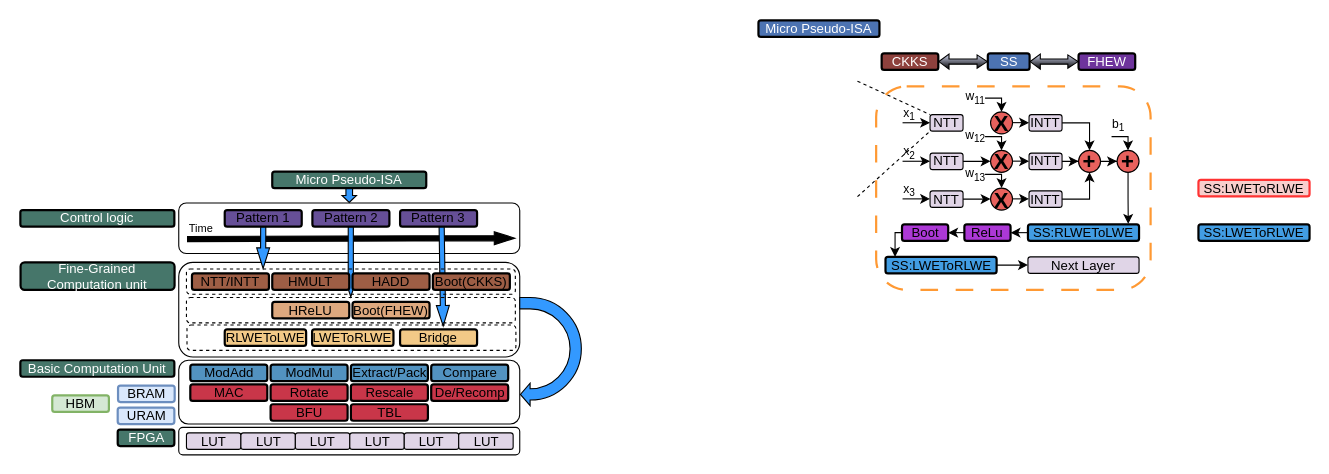
ZKY6662017/iodraw-files keeps this draw.io diagram as DAC overall architecture.drawio. Above is the earlier version. Source tidied: cells renumbered, new cells numbered last; positions are measured from the earlier drawing's top-left corner, leaving out a move shared by most shapes. Both pictures are drawn from the tidied source at 110%, with x=0, y=0 at pixel (20, 20).
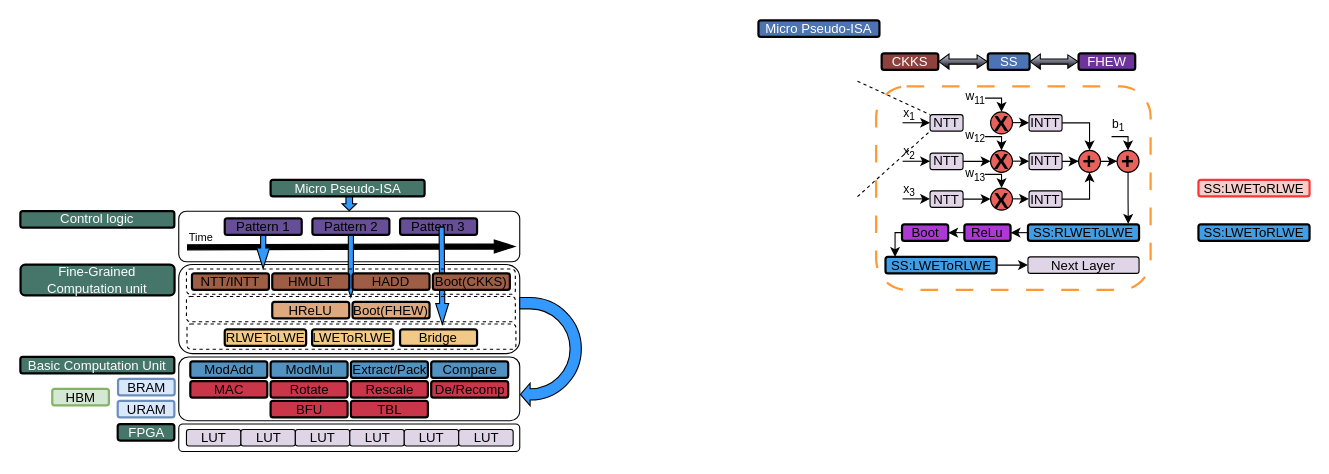
Above is the later version.

Diff of the diagram source:
```diff
@@
     <mxCell id="2" style="rounded=1;whiteSpace=wrap;html=1;fillColor=none;" parent="1" vertex="1">
-      <mxGeometry x="144" y="220" width="310" height="86" as="geometry" />
+      <mxGeometry x="144" y="222" width="310" height="81" as="geometry" />
     </mxCell>
@@
     <mxCell id="56" value="LUT" style="rounded=1;whiteSpace=wrap;html=1;fillColor=#e0d5e7;" parent="1" vertex="1">
-      <mxGeometry x="151" y="375" width="49.5" height="15" as="geometry" />
+      <mxGeometry x="151" y="372" width="49.5" height="15" as="geometry" />
     </mxCell>
     <mxCell id="57" value="FPGA" style="rounded=1;whiteSpace=wrap;html=1;fontStyle=0;strokeWidth=2;strokeColor=default;fillColor=#46766A;fontColor=#FFFFFF;" parent="1" vertex="1">
-      <mxGeometry x="88.5" y="372" width="51.5" height="15" as="geometry" />
+      <mxGeometry x="88.5" y="367" width="51.5" height="15" as="geometry" />
     </mxCell>
     <mxCell id="58" value="Basic Computation Unit" style="rounded=1;whiteSpace=wrap;html=1;fontStyle=0;strokeWidth=2;strokeColor=default;fillColor=#46766A;fontColor=#FFFFFF;" parent="1" vertex="1">
-      <mxGeometry y="309" width="140" height="15" as="geometry" />
+      <mxGeometry y="306" width="140" height="15" as="geometry" />
     </mxCell>
     <mxCell id="59" value="Fine-Grained Computation unit" style="rounded=1;whiteSpace=wrap;html=1;fontStyle=0;strokeWidth=2;strokeColor=default;fillColor=#46766A;fontColor=#FFFFFF;" parent="1" vertex="1">
-      <mxGeometry x="0.2" y="220" width="140" height="25" as="geometry" />
+      <mxGeometry x="0.2" y="222" width="140" height="28" as="geometry" />
     </mxCell>
     <mxCell id="60" value="Control logic" style="rounded=1;whiteSpace=wrap;html=1;fontStyle=0;strokeWidth=2;strokeColor=default;fillColor=#46766A;fontColor=#FFFFFF;" parent="1" vertex="1">
-      <mxGeometry y="172.5" width="140" height="15" as="geometry" />
+      <mxGeometry y="173.5" width="140" height="15" as="geometry" />
     </mxCell>
@@
     <mxCell id="62" value="HBM" style="rounded=1;whiteSpace=wrap;html=1;strokeColor=#82b366;fillColor=#d5e8d4;fontStyle=0;strokeWidth=2;" parent="1" vertex="1">
-      <mxGeometry x="29" y="341" width="51.5" height="15" as="geometry" />
+      <mxGeometry x="29" y="335" width="51.5" height="15" as="geometry" />
     </mxCell>
     <mxCell id="63" value="BRAM" style="rounded=1;whiteSpace=wrap;html=1;strokeColor=#6c8ebf;fillColor=#dae8fc;fontStyle=0;strokeWidth=2;" parent="1" vertex="1">
-      <mxGeometry x="88.8" y="332" width="51.5" height="15" as="geometry" />
+      <mxGeometry x="88.8" y="326" width="51.5" height="15" as="geometry" />
     </mxCell>
     <mxCell id="64" value="URAM" style="rounded=1;whiteSpace=wrap;html=1;strokeColor=#6c8ebf;fillColor=#dae8fc;fontStyle=0;strokeWidth=2;" parent="1" vertex="1">
-      <mxGeometry x="88.5" y="352" width="51.5" height="15" as="geometry" />
+      <mxGeometry x="88.5" y="346" width="51.5" height="15" as="geometry" />
     </mxCell>
@@
     <mxCell id="66" style="rounded=1;whiteSpace=wrap;html=1;fillColor=none;" parent="1" vertex="1">
-      <mxGeometry x="144" y="370" width="310" height="25" as="geometry" />
+      <mxGeometry x="144" y="367" width="310" height="25" as="geometry" />
     </mxCell>
     <mxCell id="67" value="LUT" style="rounded=1;whiteSpace=wrap;html=1;fillColor=#e0d5e7;" parent="1" vertex="1">
-      <mxGeometry x="200.5" y="375" width="49.5" height="15" as="geometry" />
+      <mxGeometry x="200.5" y="372" width="49.5" height="15" as="geometry" />
     </mxCell>
     <mxCell id="68" value="LUT" style="rounded=1;whiteSpace=wrap;html=1;fillColor=#e0d5e7;" parent="1" vertex="1">
-      <mxGeometry x="250" y="375" width="49.5" height="15" as="geometry" />
+      <mxGeometry x="250" y="372" width="49.5" height="15" as="geometry" />
     </mxCell>
     <mxCell id="69" value="LUT" style="rounded=1;whiteSpace=wrap;html=1;fillColor=#e0d5e7;" parent="1" vertex="1">
-      <mxGeometry x="299.5" y="375" width="49.5" height="15" as="geometry" />
+      <mxGeometry x="299.5" y="372" width="49.5" height="15" as="geometry" />
     </mxCell>
     <mxCell id="70" value="LUT" style="rounded=1;whiteSpace=wrap;html=1;fillColor=#e0d5e7;" parent="1" vertex="1">
-      <mxGeometry x="349" y="375" width="49.5" height="15" as="geometry" />
+      <mxGeometry x="349" y="372" width="49.5" height="15" as="geometry" />
     </mxCell>
     <mxCell id="71" value="LUT" style="rounded=1;whiteSpace=wrap;html=1;fillColor=#e0d5e7;" parent="1" vertex="1">
-      <mxGeometry x="398.5" y="375" width="49.5" height="15" as="geometry" />
+      <mxGeometry x="398.5" y="372" width="49.5" height="15" as="geometry" />
     </mxCell>
     <mxCell id="72" style="rounded=1;whiteSpace=wrap;html=1;fillColor=none;" parent="1" vertex="1">
-      <mxGeometry x="144" y="309" width="310" height="58" as="geometry" />
+      <mxGeometry x="144" y="306" width="310" height="58" as="geometry" />
     </mxCell>
     <mxCell id="73" value="ModAdd" style="rounded=1;whiteSpace=wrap;html=1;fillColor=#5292C0;strokeWidth=2;glass=0;shadow=0;" parent="1" vertex="1">
-      <mxGeometry x="154.5" y="313" width="70" height="15" as="geometry" />
+      <mxGeometry x="154.5" y="310" width="70" height="15" as="geometry" />
     </mxCell>
     <mxCell id="74" value="ModMul" style="rounded=1;whiteSpace=wrap;html=1;fillColor=#5292C0;strokeWidth=2;glass=0;shadow=0;" parent="1" vertex="1">
-      <mxGeometry x="227.5" y="313" width="70" height="15" as="geometry" />
+      <mxGeometry x="227.5" y="310" width="70" height="15" as="geometry" />
     </mxCell>
     <mxCell id="75" value="BFU" style="rounded=1;whiteSpace=wrap;html=1;fillColor=#C93649;strokeWidth=2;glass=0;shadow=0;" parent="1" vertex="1">
-      <mxGeometry x="227.5" y="349" width="70" height="15" as="geometry" />
+      <mxGeometry x="227.5" y="346" width="70" height="15" as="geometry" />
     </mxCell>
     <mxCell id="76" value="De/Recomp" style="rounded=1;whiteSpace=wrap;html=1;fillColor=#C93649;strokeWidth=2;glass=0;shadow=0;" parent="1" vertex="1">
-      <mxGeometry x="373.5" y="331" width="70" height="15" as="geometry" />
+      <mxGeometry x="373.5" y="328" width="70" height="15" as="geometry" />
     </mxCell>
     <mxCell id="77" value="MAC" style="rounded=1;whiteSpace=wrap;html=1;fillColor=#C93649;strokeWidth=2;glass=0;shadow=0;" parent="1" vertex="1">
-      <mxGeometry x="154.5" y="331" width="70" height="15" as="geometry" />
+      <mxGeometry x="154.5" y="328" width="70" height="15" as="geometry" />
     </mxCell>
     <mxCell id="78" value="Rotate" style="rounded=1;whiteSpace=wrap;html=1;fillColor=#C93649;strokeWidth=2;glass=0;shadow=0;" parent="1" vertex="1">
-      <mxGeometry x="227.5" y="331" width="70" height="15" as="geometry" />
+      <mxGeometry x="227.5" y="328" width="70" height="15" as="geometry" />
     </mxCell>
     <mxCell id="79" value="Rescale" style="rounded=1;whiteSpace=wrap;html=1;fillColor=#C93649;strokeWidth=2;glass=0;shadow=0;" parent="1" vertex="1">
-      <mxGeometry x="300.5" y="331" width="70" height="15" as="geometry" />
+      <mxGeometry x="300.5" y="328" width="70" height="15" as="geometry" />
     </mxCell>
     <mxCell id="80" value="Compare" style="rounded=1;whiteSpace=wrap;html=1;fillColor=#5292C0;strokeWidth=2;glass=0;shadow=0;" parent="1" vertex="1">
-      <mxGeometry x="373.5" y="313" width="70" height="15" as="geometry" />
+      <mxGeometry x="373.5" y="310" width="70" height="15" as="geometry" />
     </mxCell>
     <mxCell id="81" value="Extract/Pack" style="rounded=1;whiteSpace=wrap;html=1;fillColor=#5292C0;strokeWidth=2;" parent="1" vertex="1">
-      <mxGeometry x="300.5" y="313" width="70" height="15" as="geometry" />
+      <mxGeometry x="300.5" y="310" width="70" height="15" as="geometry" />
     </mxCell>
     <mxCell id="82" value="TBL" style="rounded=1;whiteSpace=wrap;html=1;fillColor=#C93649;strokeWidth=2;" parent="1" vertex="1">
-      <mxGeometry x="300.5" y="349" width="70" height="15" as="geometry" />
+      <mxGeometry x="300.5" y="346" width="70" height="15" as="geometry" />
     </mxCell>
@@
     <mxCell id="89" style="rounded=1;whiteSpace=wrap;html=1;fillColor=none;dashed=1;" parent="1" vertex="1">
-      <mxGeometry x="151.5" y="277" width="299" height="23" as="geometry" />
+      <mxGeometry x="151.5" y="276" width="299" height="23" as="geometry" />
     </mxCell>
     <mxCell id="90" style="rounded=1;whiteSpace=wrap;html=1;fillColor=none;" parent="1" vertex="1">
-      <mxGeometry x="144" y="166" width="310" height="46" as="geometry" />
+      <mxGeometry x="144" y="173.5" width="310" height="46" as="geometry" />
     </mxCell>
     <mxCell id="91" style="shape=flexArrow;endArrow=classic;html=1;rounded=0;width=4.666666666666667;endSize=5.886666666666667;endWidth=6.111111111111111;fillColor=#000000;" parent="1" edge="1">
       <mxGeometry relative="1" as="geometry">
-        <mxPoint x="151.5" y="198.8" as="sourcePoint" />
-        <mxPoint x="450" y="198" as="targetPoint" />
+        <mxPoint x="151.5" y="206.3" as="sourcePoint" />
+        <mxPoint x="450" y="205.5" as="targetPoint" />
       </mxGeometry>
     </mxCell>
     <mxCell id="92" value="Pattern 1" style="rounded=1;whiteSpace=wrap;html=1;fillColor=#664F97;strokeWidth=2;glass=0;shadow=0;" parent="1" vertex="1">
-      <mxGeometry x="185.8" y="172.5" width="70" height="15" as="geometry" />
+      <mxGeometry x="185.8" y="180" width="70" height="15" as="geometry" />
     </mxCell>
     <mxCell id="93" value="Pattern 2" style="rounded=1;whiteSpace=wrap;html=1;fillColor=#664F97;strokeWidth=2;glass=0;shadow=0;" parent="1" vertex="1">
-      <mxGeometry x="265.5" y="172.5" width="70" height="15" as="geometry" />
+      <mxGeometry x="265.5" y="180" width="70" height="15" as="geometry" />
     </mxCell>
     <mxCell id="94" value="Pattern 3" style="rounded=1;whiteSpace=wrap;html=1;fillColor=#664F97;strokeWidth=2;" parent="1" vertex="1">
-      <mxGeometry x="345.2" y="172.5" width="70" height="15" as="geometry" />
+      <mxGeometry x="345.2" y="180" width="70" height="15" as="geometry" />
     </mxCell>
@@
-    <mxCell id="96" style="shape=flexArrow;endArrow=classic;html=1;rounded=0;width=4.666666666666667;endSize=5.886666666666667;endWidth=6.111111111111111;fillColor=#3399FF;entryX=0.5;entryY=0;entryDx=0;entryDy=0;exitX=0.5;exitY=1;exitDx=0;exitDy=0;" parent="1" edge="1">
+    <mxCell id="96" style="shape=flexArrow;endArrow=classic;html=1;rounded=0;width=4.666666666666667;endSize=5.886666666666667;endWidth=6.111111111111111;fillColor=#3399FF;entryX=0.5;entryY=0;entryDx=0;entryDy=0;exitX=0.5;exitY=1;exitDx=0;exitDy=0;" parent="1" edge="1" source="93">
       <mxGeometry relative="1" as="geometry">
-        <mxPoint x="300.4" y="187.5" as="sourcePoint" />
         <mxPoint x="300.4" y="252" as="targetPoint" />
       </mxGeometry>
     </mxCell>
-    <mxCell id="97" style="shape=flexArrow;endArrow=classic;html=1;rounded=0;width=4.666666666666667;endSize=5.886666666666667;endWidth=6.111111111111111;fillColor=#3399FF;exitX=0.5;exitY=1;exitDx=0;exitDy=0;entryX=0.779;entryY=0.061;entryDx=0;entryDy=0;entryPerimeter=0;" parent="1" edge="1" target="89">
+    <mxCell id="97" style="shape=flexArrow;endArrow=classic;html=1;rounded=0;width=4.666666666666667;endSize=5.886666666666667;endWidth=6.111111111111111;fillColor=#3399FF;exitX=0.5;exitY=1;exitDx=0;exitDy=0;entryX=0.778;entryY=1.114;entryDx=0;entryDy=0;entryPerimeter=0;" parent="1" edge="1" target="102">
       <mxGeometry relative="1" as="geometry">
         <mxPoint x="383" y="187.5" as="sourcePoint" />
       </mxGeometry>
     </mxCell>
@@
     <mxCell id="102" style="rounded=1;whiteSpace=wrap;html=1;fillColor=none;dashed=1;" parent="1" vertex="1">
-      <mxGeometry x="151" y="252" width="299" height="23" as="geometry" />
+      <mxGeometry x="151" y="251" width="299" height="23" as="geometry" />
     </mxCell>
     <mxCell id="103" value="Time" style="text;html=1;whiteSpace=wrap;strokeColor=none;fillColor=none;align=center;verticalAlign=middle;rounded=0;strokeWidth=1;fontSize=10;" parent="1" vertex="1">
-      <mxGeometry x="148" y="181" width="33" height="16" as="geometry" />
+      <mxGeometry x="148" y="188.5" width="33" height="16" as="geometry" />
     </mxCell>
     <mxCell id="104" value="Micro Pseudo-ISA" style="rounded=1;whiteSpace=wrap;html=1;fontStyle=0;strokeWidth=2;strokeColor=default;fillColor=#46766A;fontColor=#FFFFFF;" parent="1" vertex="1">
-      <mxGeometry x="229" y="137.5" width="140" height="15" as="geometry" />
+      <mxGeometry x="227.5" y="145" width="140" height="15" as="geometry" />
     </mxCell>
-    <mxCell id="105" style="shape=flexArrow;endArrow=classic;html=1;rounded=0;width=6.027397260273973;endSize=1.7589041095890412;endWidth=6.111111111111111;fillColor=#3399FF;entryX=0.5;entryY=0;entryDx=0;entryDy=0;exitX=0.5;exitY=1;exitDx=0;exitDy=0;" parent="1" edge="1" source="104" target="90">
-      <mxGeometry relative="1" as="geometry" />
+    <mxCell id="105" style="shape=flexArrow;endArrow=classic;html=1;rounded=0;width=6.027397260273973;endSize=1.7589041095890412;endWidth=6.111111111111111;fillColor=#3399FF;entryX=0.5;entryY=0;entryDx=0;entryDy=0;exitX=0.5;exitY=1;exitDx=0;exitDy=0;" parent="1" edge="1" target="90">
+      <mxGeometry relative="1" as="geometry">
+        <mxPoint x="299" y="160" as="sourcePoint" />
+      </mxGeometry>
     </mxCell>
```
